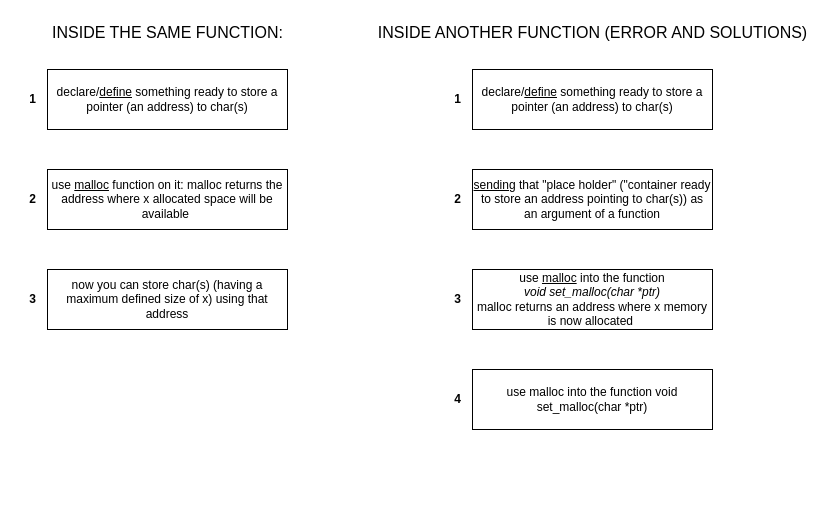
This is Untitled Diagram.drawio from YannickRd/6x7, a draw.io file, before an edit. Source tidied: cells renumbered, new cells numbered last; positions are measured from the earlier drawing's top-left corner, leaving out a move shared by most shapes. Both pictures are drawn from the tidied source at 100%, with x=0, y=0 at pixel (17, 17).
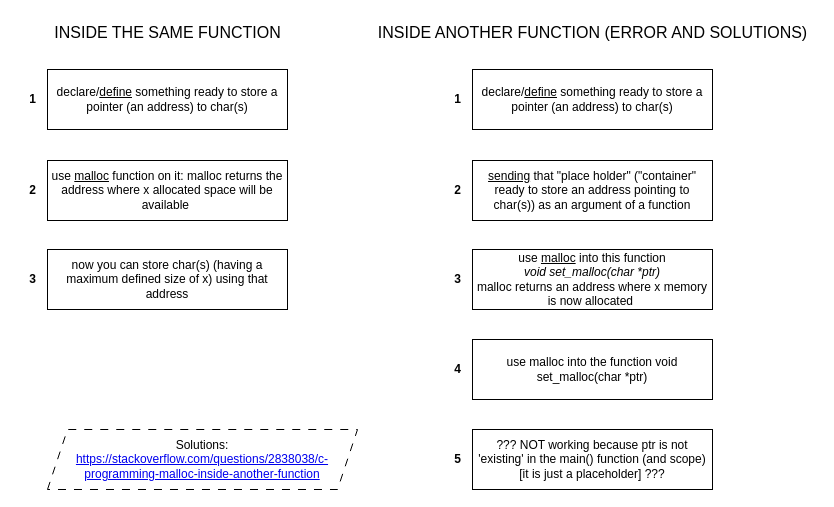
Above is the later version.

The edit, as a diff of the source:
```diff
@@
     <mxCell id="4" value="use &lt;u&gt;malloc&lt;/u&gt; function on it: malloc returns the address where x allocated space will be available&amp;nbsp;" style="whiteSpace=wrap;html=1;" parent="1" vertex="1">
-      <mxGeometry x="30" y="152" width="240" height="60" as="geometry" />
+      <mxGeometry x="30" y="143" width="240" height="60" as="geometry" />
     </mxCell>
     <mxCell id="5" value="&lt;b&gt;2&lt;/b&gt;" style="text;html=1;align=center;verticalAlign=middle;strokeColor=none;fillColor=none;" parent="1" vertex="1">
-      <mxGeometry y="167" width="30" height="30" as="geometry" />
+      <mxGeometry y="158" width="30" height="30" as="geometry" />
     </mxCell>
-    <mxCell id="6" value="&lt;font style=&quot;font-size: 16px;&quot;&gt;INSIDE THE SAME FUNCTION:&lt;/font&gt;" style="text;html=1;align=center;verticalAlign=middle;strokeColor=none;fillColor=none;" parent="1" vertex="1">
+    <mxCell id="6" value="&lt;font style=&quot;font-size: 16px;&quot;&gt;INSIDE THE SAME FUNCTION&lt;/font&gt;" style="text;html=1;align=center;verticalAlign=middle;strokeColor=none;fillColor=none;" parent="1" vertex="1">
       <mxGeometry x="25" width="250" height="30" as="geometry" />
     </mxCell>
     <mxCell id="7" value="now you can store char(s) (having a maximum defined size of x) using that address" style="whiteSpace=wrap;html=1;" parent="1" vertex="1">
-      <mxGeometry x="30" y="252" width="240" height="60" as="geometry" />
+      <mxGeometry x="30" y="232" width="240" height="60" as="geometry" />
     </mxCell>
     <mxCell id="8" value="&lt;b&gt;3&lt;/b&gt;" style="text;html=1;align=center;verticalAlign=middle;strokeColor=none;fillColor=none;" parent="1" vertex="1">
-      <mxGeometry y="267" width="30" height="30" as="geometry" />
+      <mxGeometry y="247" width="30" height="30" as="geometry" />
     </mxCell>
@@
-    <mxCell id="11" value="&lt;u&gt;sending&lt;/u&gt; that &quot;place holder&quot; (&quot;container ready to store an address pointing to char(s)) as an argument of a function" style="whiteSpace=wrap;html=1;" parent="1" vertex="1">
-      <mxGeometry x="455" y="152" width="240" height="60" as="geometry" />
+    <mxCell id="11" value="&lt;u&gt;sending&lt;/u&gt; that &quot;place holder&quot; (&quot;container&quot; ready to store an address pointing to char(s)) as an argument of a function" style="whiteSpace=wrap;html=1;" parent="1" vertex="1">
+      <mxGeometry x="455" y="143" width="240" height="60" as="geometry" />
     </mxCell>
     <mxCell id="12" value="&lt;b&gt;2&lt;/b&gt;" style="text;html=1;align=center;verticalAlign=middle;strokeColor=none;fillColor=none;" parent="1" vertex="1">
-      <mxGeometry x="425" y="167" width="30" height="30" as="geometry" />
+      <mxGeometry x="425" y="158" width="30" height="30" as="geometry" />
     </mxCell>
@@
-    <mxCell id="14" value="use &lt;u&gt;malloc&lt;/u&gt; into the function &lt;br&gt;&lt;i&gt;void set_malloc(char *ptr)&lt;br&gt;&lt;/i&gt;malloc returns an address where x memory is now allocated&amp;nbsp;" style="whiteSpace=wrap;html=1;" parent="1" vertex="1">
-      <mxGeometry x="455" y="252" width="240" height="60" as="geometry" />
+    <mxCell id="14" value="use &lt;u&gt;malloc&lt;/u&gt; into this function &lt;br&gt;&lt;i&gt;void set_malloc(char *ptr)&lt;br&gt;&lt;/i&gt;malloc returns an address where x memory is now allocated&amp;nbsp;" style="whiteSpace=wrap;html=1;" parent="1" vertex="1">
+      <mxGeometry x="455" y="232" width="240" height="60" as="geometry" />
     </mxCell>
     <mxCell id="15" value="&lt;b&gt;3&lt;/b&gt;" style="text;html=1;align=center;verticalAlign=middle;strokeColor=none;fillColor=none;" parent="1" vertex="1">
-      <mxGeometry x="425" y="267" width="30" height="30" as="geometry" />
+      <mxGeometry x="425" y="247" width="30" height="30" as="geometry" />
     </mxCell>
     <mxCell id="16" value="use malloc into the function void set_malloc(char *ptr)" style="whiteSpace=wrap;html=1;" parent="1" vertex="1">
-      <mxGeometry x="455" y="352" width="240" height="60" as="geometry" />
+      <mxGeometry x="455" y="322" width="240" height="60" as="geometry" />
     </mxCell>
     <mxCell id="17" value="&lt;b&gt;4&lt;/b&gt;" style="text;html=1;align=center;verticalAlign=middle;strokeColor=none;fillColor=none;" parent="1" vertex="1">
-      <mxGeometry x="425" y="367" width="30" height="30" as="geometry" />
+      <mxGeometry x="425" y="337" width="30" height="30" as="geometry" />
     </mxCell>
+    <mxCell id="18" value="??? NOT working because ptr is not 'existing' in the main() function (and scope) [it is just a placeholder] ???" style="whiteSpace=wrap;html=1;" parent="1" vertex="1">
+      <mxGeometry x="455" y="412" width="240" height="60" as="geometry" />
+    </mxCell>
+    <mxCell id="19" value="&lt;b&gt;5&lt;/b&gt;" style="text;html=1;align=center;verticalAlign=middle;strokeColor=none;fillColor=none;" parent="1" vertex="1">
+      <mxGeometry x="425" y="427" width="30" height="30" as="geometry" />
+    </mxCell>
+    <mxCell id="20" value="&lt;font style=&quot;font-size: 12px;&quot;&gt;Solutions:&lt;br&gt;&lt;a href=&quot;https://stackoverflow.com/questions/2838038/c-programming-malloc-inside-another-function&quot;&gt;https://stackoverflow.com/questions/2838038/c-programming-malloc-inside-another-function&lt;/a&gt;&lt;/font&gt;" style="shape=parallelogram;perimeter=parallelogramPerimeter;whiteSpace=wrap;html=1;fixedSize=1;dashed=1;dashPattern=8 8;" parent="1" vertex="1">
+      <mxGeometry x="30" y="412" width="310" height="60" as="geometry" />
+    </mxCell>
```
